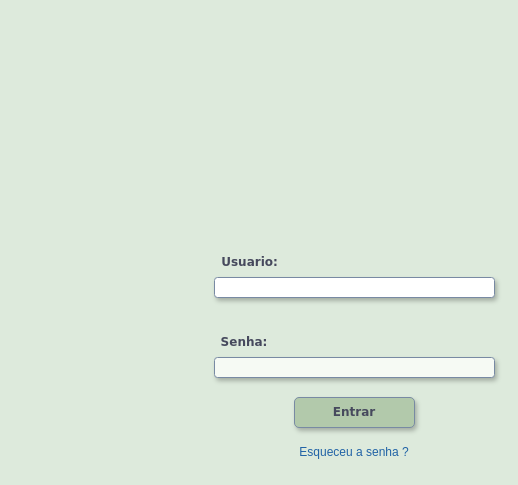
This is Diagrama sem nome.drawio from EllenRebeca/EllenRebeca, a draw.io file, before an edit. Source tidied: cells renumbered, new cells numbered last; positions are measured from the earlier drawing's top-left corner, leaving out a move shared by most shapes. Both pictures are drawn from the tidied source at 100%, with x=0, y=0 at pixel (214, 247).
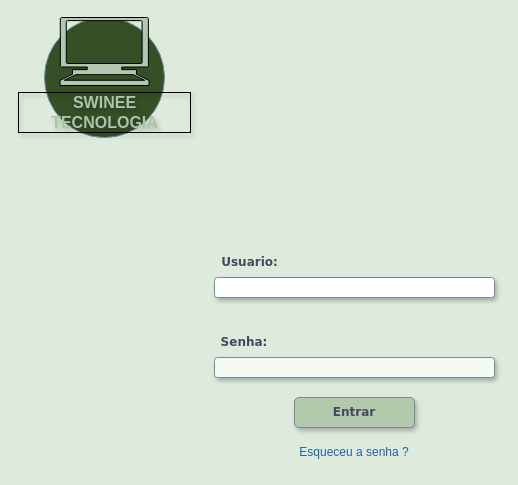
After the change.

Commit message:
PROJETO ATIVIDADE AVALIATIVA HOME

The edit, as a diff of the source:
```diff
@@
 <mxGraphModel background="#ddeadc">
   <root>
     <mxCell id="0" />
     <mxCell id="1" parent="0" />
     <mxCell id="2" style="rounded=1;whiteSpace=wrap;html=1;fillColor=#ffffff;fontColor=#46495D;strokeColor=#788AA3;glass=0;shadow=1;labelBackgroundColor=none;" parent="1" vertex="1">
       <mxGeometry y="30" width="280" height="20" as="geometry" />
     </mxCell>
     <mxCell id="3" style="rounded=1;whiteSpace=wrap;html=1;fillColor=#f6faf4;fontColor=#46495D;strokeColor=#788AA3;shadow=1;labelBackgroundColor=none;" parent="1" vertex="1">
       <mxGeometry y="110" width="280" height="20" as="geometry" />
     </mxCell>
     <mxCell id="4" value="Usuario:" style="text;html=1;align=center;verticalAlign=middle;strokeColor=none;fillColor=none;fontStyle=1;fontColor=#46495D;fontFamily=Verdana;labelBackgroundColor=none;" parent="1" vertex="1">
       <mxGeometry width="70" height="30" as="geometry" />
     </mxCell>
     <mxCell id="5" value="Senha:" style="text;strokeColor=none;align=center;fillColor=none;html=1;verticalAlign=middle;whiteSpace=wrap;rounded=0;fontStyle=1;fontFamily=Verdana;labelBackgroundColor=none;fontColor=#46495D;" parent="1" vertex="1">
       <mxGeometry y="80" width="60" height="30" as="geometry" />
     </mxCell>
     <mxCell id="6" value="Entrar" style="rounded=1;whiteSpace=wrap;html=1;fontStyle=1;labelBackgroundColor=none;fontFamily=Verdana;fillColor=#B2C9AB;strokeColor=#788AA3;shadow=1;fontColor=#46495D;" parent="1" vertex="1">
       <mxGeometry x="80" y="150" width="120" height="30" as="geometry" />
     </mxCell>
     <mxCell id="7" value="Esqueceu a senha ?" style="text;strokeColor=none;align=center;fillColor=none;html=1;verticalAlign=middle;whiteSpace=wrap;rounded=0;fontColor=#2163A6;shadow=0;labelBackgroundColor=none;" parent="1" vertex="1">
       <mxGeometry x="80" y="190" width="120" height="30" as="geometry" />
     </mxCell>
+    <mxCell id="8" style="ellipse;whiteSpace=wrap;html=1;strokeColor=#788AA3;fontColor=#46495D;fillColor=#354f26;" parent="1" vertex="1">
+      <mxGeometry x="-170" y="-230" width="120" height="120" as="geometry" />
+    </mxCell>
+    <mxCell id="9" value="SWINEE TECNOLOGIA" style="text;strokeColor=none;align=center;fillColor=none;html=1;verticalAlign=middle;whiteSpace=wrap;rounded=0;fontColor=#acc4ab;fontStyle=1;fontSize=16;textShadow=1;labelBorderColor=default;" parent="1" vertex="1">
+      <mxGeometry x="-197.5" y="-150" width="175" height="30" as="geometry" />
+    </mxCell>
+    <mxCell id="10" style="shape=mxgraph.signs.tech.computer;html=1;fillColor=#b4c7b2;strokeColor=default;verticalLabelPosition=bottom;verticalAlign=top;align=center;sketch=0;fontColor=#F2FFEB;labelBorderColor=#D5E8D4;" parent="1" vertex="1">
+      <mxGeometry x="-154.5" y="-230" width="89" height="68" as="geometry" />
+    </mxCell>
   </root>
 </mxGraphModel>
```
